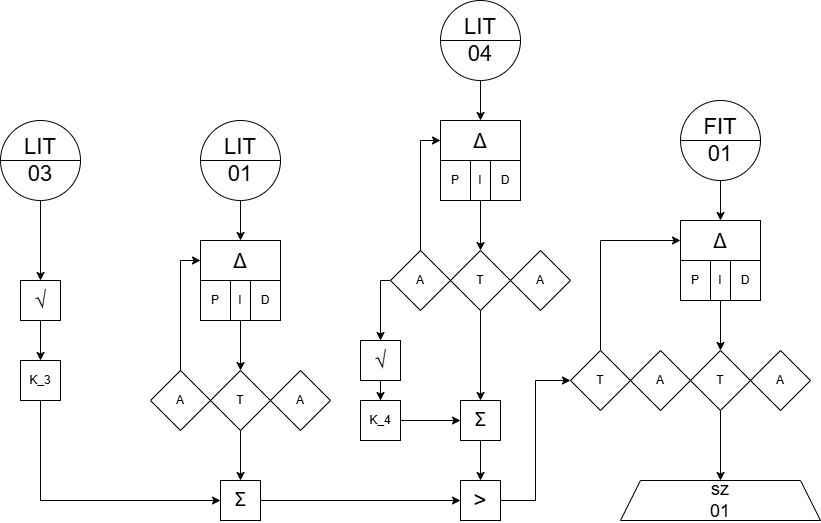
Before: pics/lazos/sama.png, a diagram exported from draw.io (aguscsc/Sistema-de-Control-para-Planta-Piloto-de-4-Estanques). Source tidied: cells renumbered, new cells last; positions are measured from the earlier drawing's top-left corner, leaving out a move shared by most shapes.
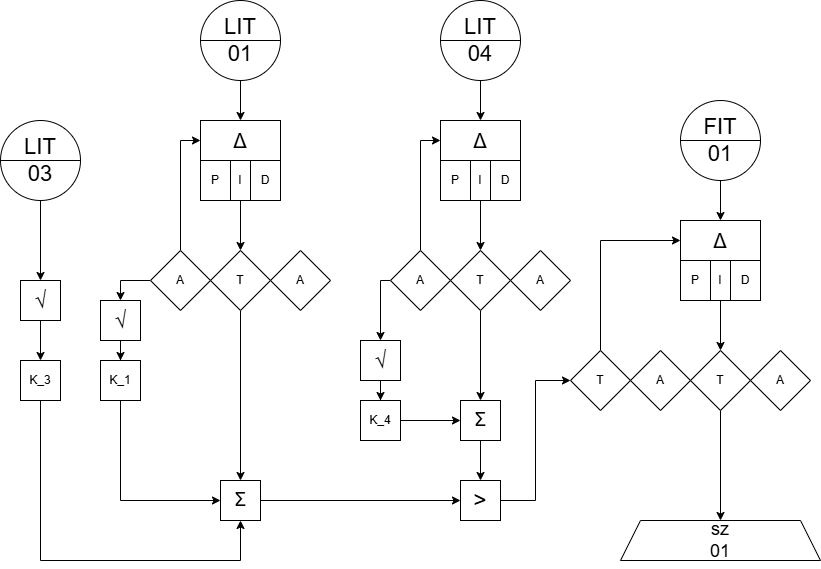
Later version of the same file.

Change to the diagram source:
```diff
@@ -12,7 +12,7 @@
       <mxGeometry relative="1" as="geometry" />
     </mxCell>
     <mxCell id="5" value="&lt;font style=&quot;font-size: 22px;&quot;&gt;LIT&lt;/font&gt;&lt;div&gt;&lt;font style=&quot;font-size: 22px;&quot;&gt;01&lt;/font&gt;&lt;/div&gt;" style="shape=lineEllipse;perimeter=ellipsePerimeter;whiteSpace=wrap;html=1;backgroundOutline=1;" parent="1" vertex="1">
-      <mxGeometry x="200" y="120" width="80" height="80" as="geometry" />
+      <mxGeometry x="200" width="80" height="80" as="geometry" />
     </mxCell>
     <mxCell id="6" style="edgeStyle=orthogonalEdgeStyle;rounded=0;jettySize=auto;html=1;entryX=0.5;entryY=0;entryDx=0;entryDy=0;" parent="1" edge="1" source="7" target="24">
       <mxGeometry relative="1" as="geometry" />
@@ -21,34 +21,37 @@
       <mxGeometry x="680" y="100" width="80" height="80" as="geometry" />
     </mxCell>
     <mxCell id="8" value="&lt;font style=&quot;font-size: 20px;&quot;&gt;Δ&lt;/font&gt;" style="rounded=0;whiteSpace=wrap;html=1;" parent="1" vertex="1">
-      <mxGeometry x="200" y="240" width="80" height="40" as="geometry" />
+      <mxGeometry x="200" y="120" width="80" height="40" as="geometry" />
     </mxCell>
     <mxCell id="9" value="P" style="rounded=0;whiteSpace=wrap;html=1;" parent="1" vertex="1">
-      <mxGeometry x="200" y="280" width="30" height="40" as="geometry" />
+      <mxGeometry x="200" y="160" width="30" height="40" as="geometry" />
     </mxCell>
     <mxCell id="10" style="edgeStyle=orthogonalEdgeStyle;rounded=0;jettySize=auto;html=1;entryX=0.5;entryY=0;entryDx=0;entryDy=0;" parent="1" edge="1" source="11" target="16">
       <mxGeometry relative="1" as="geometry" />
     </mxCell>
     <mxCell id="11" value="I" style="rounded=0;whiteSpace=wrap;html=1;" parent="1" vertex="1">
-      <mxGeometry x="230" y="280" width="20" height="40" as="geometry" />
+      <mxGeometry x="230" y="160" width="20" height="40" as="geometry" />
     </mxCell>
     <mxCell id="12" value="D" style="rounded=0;whiteSpace=wrap;html=1;" parent="1" vertex="1">
-      <mxGeometry x="250" y="280" width="30" height="40" as="geometry" />
+      <mxGeometry x="250" y="160" width="30" height="40" as="geometry" />
     </mxCell>
     <mxCell id="13" style="edgeStyle=orthogonalEdgeStyle;rounded=0;jettySize=auto;html=1;entryX=0;entryY=0.5;entryDx=0;entryDy=0;" parent="1" edge="1" source="14" target="8">
       <mxGeometry relative="1" as="geometry" />
     </mxCell>
+    <mxCell id="57" style="edgeStyle=orthogonalEdgeStyle;rounded=0;jettySize=auto;html=1;exitX=0;exitY=0.5;exitDx=0;exitDy=0;entryX=0.5;entryY=0;entryDx=0;entryDy=0;" parent="1" edge="1" source="14" target="59">
+      <mxGeometry relative="1" as="geometry" />
+    </mxCell>
     <mxCell id="14" value="A" style="rhombus;whiteSpace=wrap;html=1;" parent="1" vertex="1">
-      <mxGeometry x="150" y="370" width="60" height="60" as="geometry" />
+      <mxGeometry x="150" y="250" width="60" height="60" as="geometry" />
     </mxCell>
     <mxCell id="15" style="edgeStyle=orthogonalEdgeStyle;rounded=0;jettySize=auto;html=1;" parent="1" edge="1" source="16" target="19">
       <mxGeometry relative="1" as="geometry" />
     </mxCell>
     <mxCell id="16" value="T" style="rhombus;whiteSpace=wrap;html=1;" parent="1" vertex="1">
-      <mxGeometry x="210" y="370" width="60" height="60" as="geometry" />
+      <mxGeometry x="210" y="250" width="60" height="60" as="geometry" />
     </mxCell>
     <mxCell id="17" value="A" style="rhombus;whiteSpace=wrap;html=1;" parent="1" vertex="1">
-      <mxGeometry x="270" y="370" width="60" height="60" as="geometry" />
+      <mxGeometry x="270" y="250" width="60" height="60" as="geometry" />
     </mxCell>
     <mxCell id="18" style="edgeStyle=orthogonalEdgeStyle;rounded=0;jettySize=auto;html=1;entryX=0;entryY=0.5;entryDx=0;entryDy=0;" parent="1" edge="1" source="19" target="36">
       <mxGeometry relative="1" as="geometry" />
@@ -62,10 +65,11 @@
     <mxCell id="21" value="&lt;b&gt;&lt;font style=&quot;font-size: 21px;&quot;&gt;√&lt;/font&gt;&lt;/b&gt;" style="whiteSpace=wrap;html=1;" parent="1" vertex="1">
       <mxGeometry x="20" y="280" width="40" height="40" as="geometry" />
     </mxCell>
-    <mxCell id="22" style="edgeStyle=orthogonalEdgeStyle;rounded=0;jettySize=auto;html=1;entryX=0;entryY=0.5;entryDx=0;entryDy=0;" parent="1" edge="1" source="23" target="19">
+    <mxCell id="22" style="edgeStyle=orthogonalEdgeStyle;rounded=0;jettySize=auto;html=1;entryX=0.5;entryY=1;entryDx=0;entryDy=0;" parent="1" edge="1" source="23" target="19">
       <mxGeometry relative="1" as="geometry">
         <Array as="points">
-          <mxPoint x="40" y="500" />
+          <mxPoint x="40" y="560" />
+          <mxPoint x="240" y="560" />
         </Array>
       </mxGeometry>
     </mxCell>
@@ -180,7 +184,23 @@
       <mxGeometry x="460" y="400" width="40" height="40" as="geometry" />
     </mxCell>
     <mxCell id="56" value="&lt;font style=&quot;font-size: 18px;&quot;&gt;sz&lt;/font&gt;&lt;div&gt;&lt;font style=&quot;font-size: 18px;&quot;&gt;01&lt;/font&gt;&lt;/div&gt;" style="shape=trapezoid;perimeter=trapezoidPerimeter;whiteSpace=wrap;html=1;fixedSize=1;" parent="1" vertex="1">
-      <mxGeometry x="620" y="480" width="200" height="40" as="geometry" />
+      <mxGeometry x="620" y="520" width="200" height="40" as="geometry" />
     </mxCell>
+    <mxCell id="58" style="edgeStyle=orthogonalEdgeStyle;rounded=0;jettySize=auto;html=1;" parent="1" edge="1" source="59" target="61">
+      <mxGeometry relative="1" as="geometry" />
+    </mxCell>
+    <mxCell id="59" value="&lt;b&gt;&lt;font style=&quot;font-size: 21px;&quot;&gt;√&lt;/font&gt;&lt;/b&gt;" style="whiteSpace=wrap;html=1;" parent="1" vertex="1">
+      <mxGeometry x="100" y="300" width="40" height="40" as="geometry" />
+    </mxCell>
+    <mxCell id="60" style="edgeStyle=orthogonalEdgeStyle;rounded=0;jettySize=auto;html=1;entryX=0;entryY=0.5;entryDx=0;entryDy=0;" parent="1" edge="1" source="61" target="19">
+      <mxGeometry relative="1" as="geometry">
+        <Array as="points">
+          <mxPoint x="120" y="500" />
+        </Array>
+      </mxGeometry>
+    </mxCell>
+    <mxCell id="61" value="K_1" style="whiteSpace=wrap;html=1;" parent="1" vertex="1">
+      <mxGeometry x="100" y="360" width="40" height="40" as="geometry" />
+    </mxCell>
   </root>
 </mxGraphModel>
```
